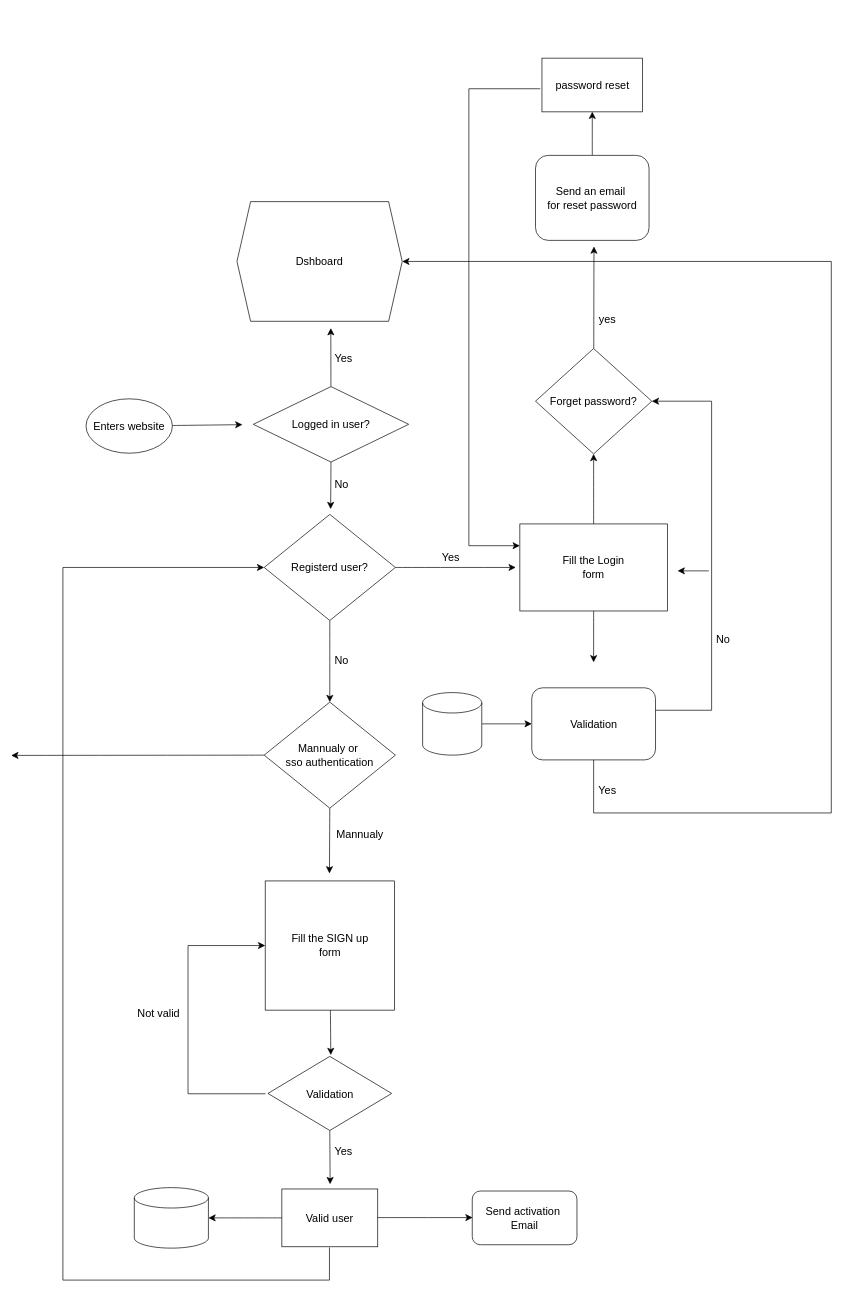
Earlier version of the draw.io diagram Login System design.drawio (sidsigma3/system-design). Source tidied: cells renumbered, new cells numbered last; positions are measured from the earlier drawing's top-left corner, leaving out a move shared by most shapes. Both pictures are drawn from the tidied source at 68%, with x=0, y=0 at pixel (11, 58).
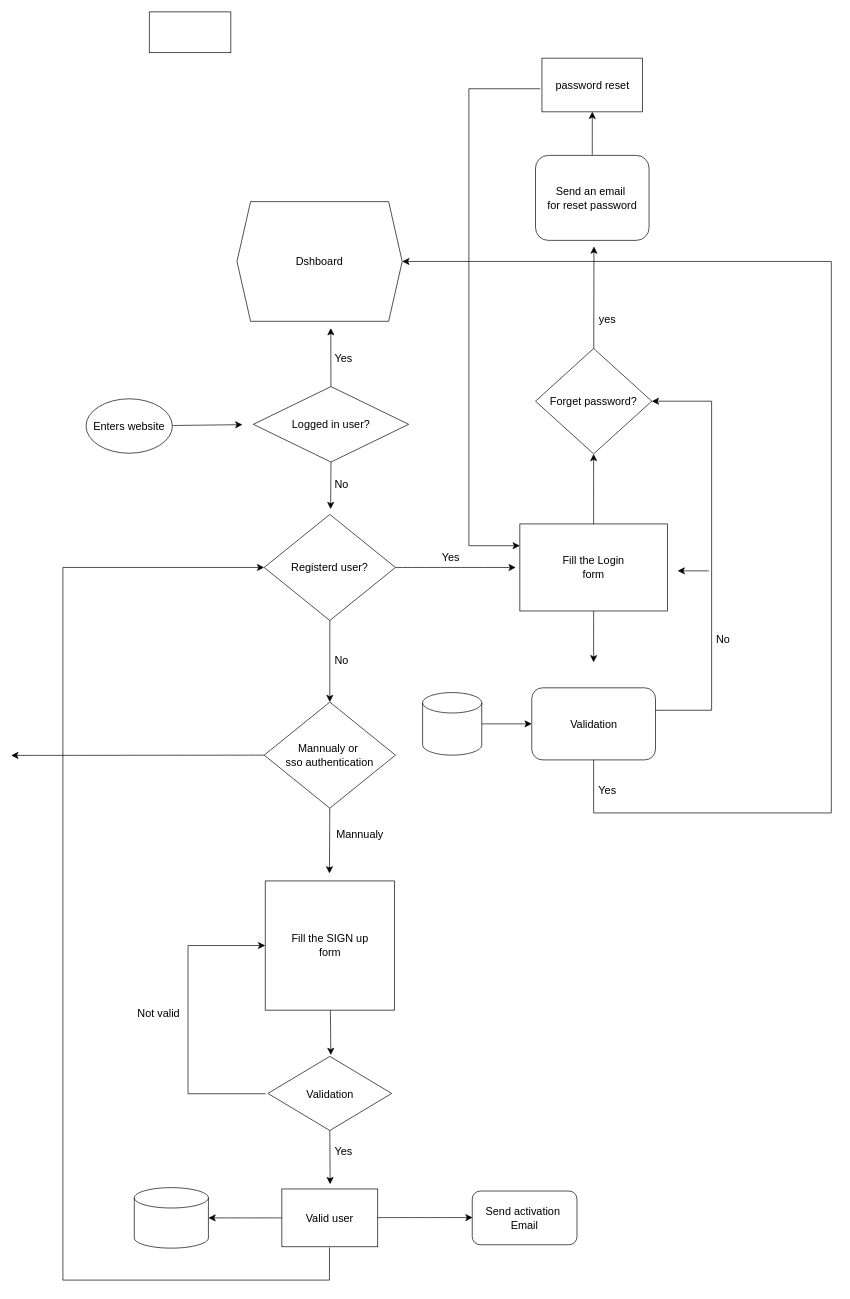
The same page after the edit.

The edit, as a diff of the source:
```diff
@@
+    <mxCell id="50" style="whiteSpace=wrap;html=1;fontSize=16;" parent="1" vertex="1">
+      <mxGeometry x="203" y="-68" width="120" height="60" as="geometry" />
+    </mxCell>
```
